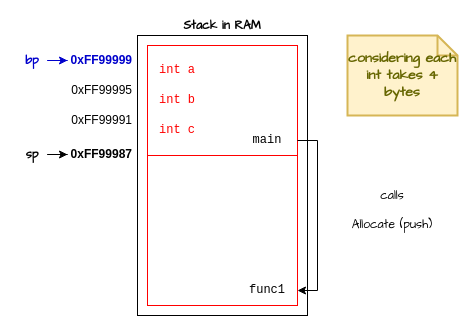
Above: page "calling-fuctions-part2" (3 of 6) of operating-systems/images/the-stack.drawio in rochards/learning-cs (draw.io), before the change. Source tidied: cells renumbered, new cells numbered last; positions are measured from the earlier drawing's top-left corner, leaving out a move shared by most shapes. Both pictures are drawn from the tidied source at 100%, with x=0, y=0 at pixel (17, 35).
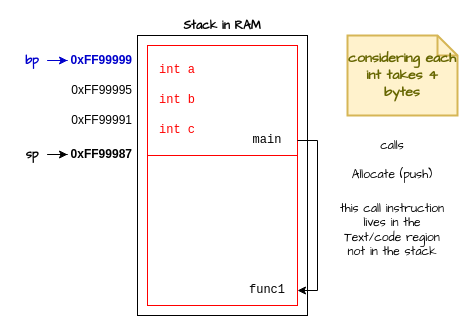
The same diagram, later.

Change to the diagram source:
```diff
@@
     <mxCell id="12" value="calls&lt;div&gt;&lt;br&gt;&lt;/div&gt;&lt;div&gt;Allocate (push)&lt;/div&gt;" style="text;html=1;align=center;verticalAlign=middle;whiteSpace=wrap;rounded=0;fontFamily=Architects Daughter;" parent="1" vertex="1">
-      <mxGeometry x="320" y="150" width="110" height="50" as="geometry" />
+      <mxGeometry x="320" y="100" width="110" height="50" as="geometry" />
     </mxCell>
@@
+    <mxCell id="21" value="this call instruction lives in the Text/code region not in the stack" style="text;html=1;align=center;verticalAlign=middle;whiteSpace=wrap;rounded=0;fontFamily=Architects Daughter;" parent="1" vertex="1">
+      <mxGeometry x="320" y="150" width="110" height="90" as="geometry" />
+    </mxCell>
```
